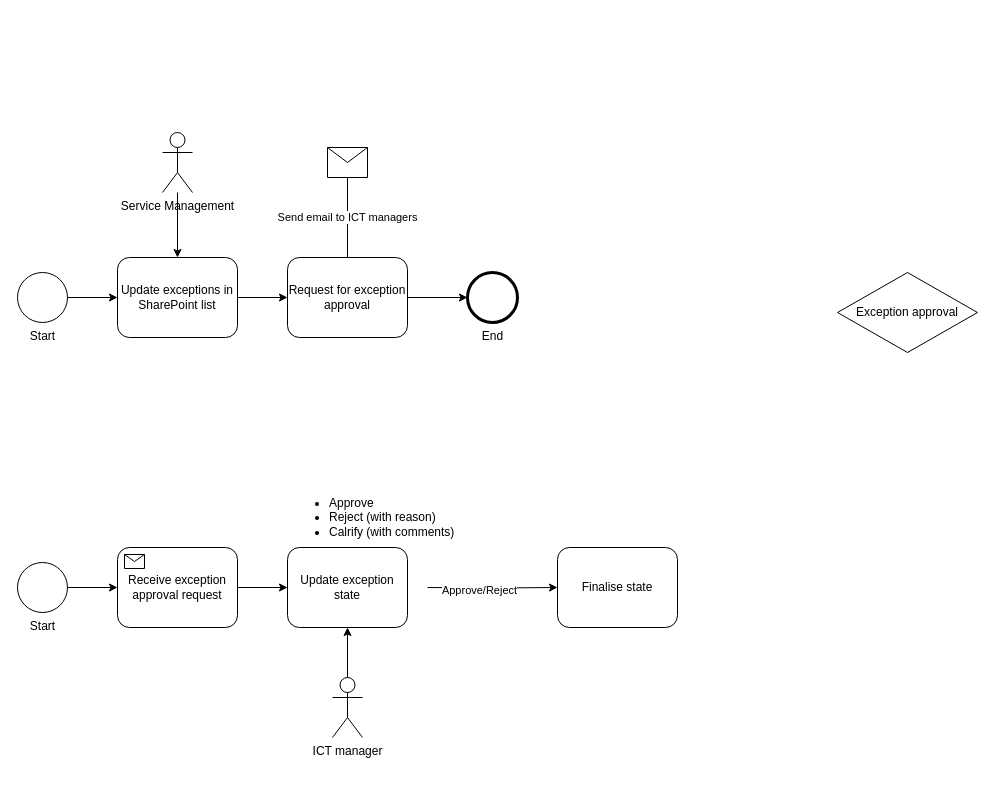
Above: Untitled Diagram.drawio in mayankmotani89/Exception-Approval-Workflow (draw.io), before the change. Source tidied: cells renumbered, new cells numbered last; positions are measured from the earlier drawing's top-left corner, leaving out a move shared by most shapes. Both pictures are drawn from the tidied source at 100%, with x=0, y=0 at pixel (17, 132).
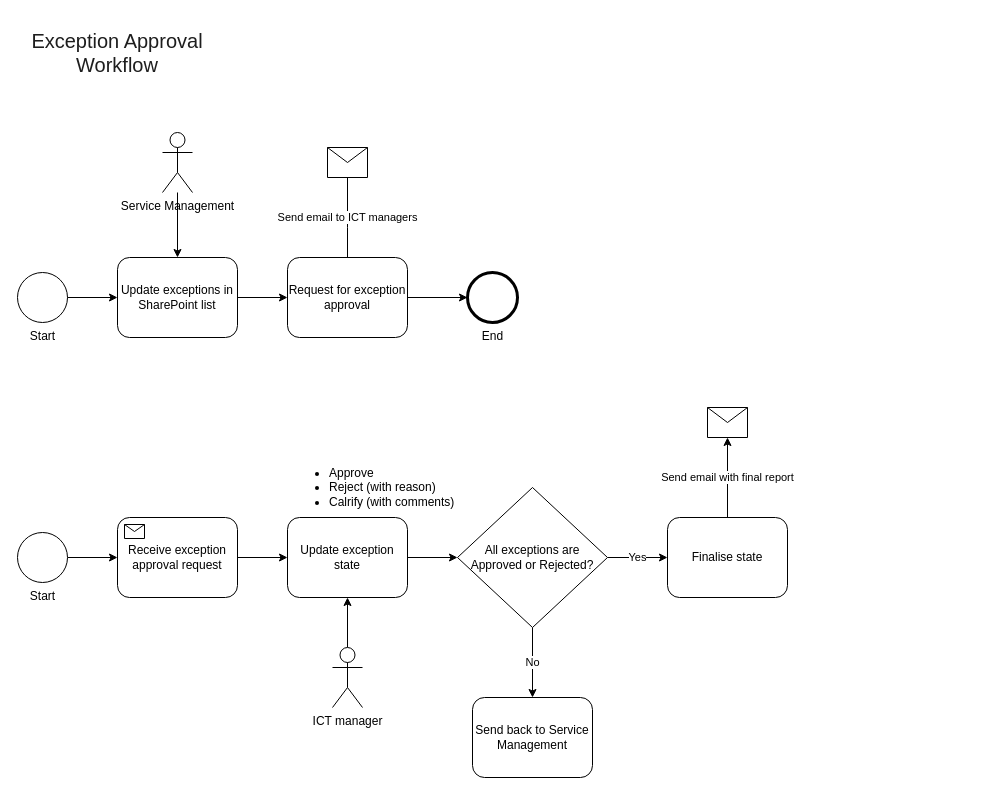
Above is the later version.

Change to the diagram source:
```diff
@@
     <mxCell id="14" value="Receive exception approval request" style="html=1;whiteSpace=wrap;rounded=1;" parent="1" vertex="1">
-      <mxGeometry x="100" y="415" width="120" height="80" as="geometry" />
+      <mxGeometry x="100" y="385" width="120" height="80" as="geometry" />
     </mxCell>
@@
     <mxCell id="17" value="Start" style="shape=mxgraph.bpmn.shape;html=1;verticalLabelPosition=bottom;labelBackgroundColor=#ffffff;verticalAlign=top;perimeter=ellipsePerimeter;outline=standard;symbol=general;" parent="1" vertex="1">
-      <mxGeometry y="430" width="50" height="50" as="geometry" />
+      <mxGeometry y="400" width="50" height="50" as="geometry" />
     </mxCell>
@@
     <mxCell id="19" value="ICT manager" style="shape=umlActor;verticalLabelPosition=bottom;verticalAlign=top;html=1;outlineConnect=0;" parent="1" vertex="1">
-      <mxGeometry x="315" y="545" width="30" height="60" as="geometry" />
+      <mxGeometry x="315" y="515" width="30" height="60" as="geometry" />
     </mxCell>
-    <mxCell id="20" style="edgeStyle=orthogonalEdgeStyle;rounded=0;jettySize=auto;html=1;" parent="1" edge="1" target="23">
-      <mxGeometry relative="1" as="geometry">
-        <mxPoint x="410" y="455" as="sourcePoint" />
-      </mxGeometry>
+    <mxCell id="20" style="edgeStyle=orthogonalEdgeStyle;rounded=0;jettySize=auto;html=1;exitX=1;exitY=0.5;exitDx=0;exitDy=0;entryX=0;entryY=0.5;entryDx=0;entryDy=0;" parent="1" edge="1" source="25" target="24">
+      <mxGeometry relative="1" as="geometry" />
     </mxCell>
-    <mxCell id="21" value="Approve/Reject" style="edgeLabel;html=1;align=center;verticalAlign=middle;" parent="20" vertex="1">
-      <mxGeometry x="-0.21" y="-2" relative="1" as="geometry" />
-    </mxCell>
     <mxCell id="22" value="&lt;ul&gt;&lt;li&gt;Approve&lt;/li&gt;&lt;li&gt;Reject (with reason)&lt;/li&gt;&lt;li&gt;Calrify (with comments)&lt;/li&gt;&lt;/ul&gt;" style="text;strokeColor=none;fillColor=none;html=1;whiteSpace=wrap;verticalAlign=middle;overflow=hidden;" parent="1" vertex="1">
-      <mxGeometry x="270" y="345" width="170" height="80" as="geometry" />
+      <mxGeometry x="270" y="315" width="170" height="80" as="geometry" />
     </mxCell>
-    <mxCell id="23" value="Finalise state" style="shape=ext;rounded=1;html=1;whiteSpace=wrap;" parent="1" vertex="1">
-      <mxGeometry x="540" y="415" width="120" height="80" as="geometry" />
-    </mxCell>
+    <mxCell id="26" value="Yes" style="edgeStyle=orthogonalEdgeStyle;rounded=0;jettySize=auto;html=1;" parent="1" edge="1" source="24" target="23">
+      <mxGeometry relative="1" as="geometry" />
+    </mxCell>
+    <mxCell id="27" value="No" style="edgeStyle=orthogonalEdgeStyle;rounded=0;jettySize=auto;html=1;" parent="1" edge="1" source="24" target="30">
+      <mxGeometry relative="1" as="geometry" />
+    </mxCell>
-    <mxCell id="24" value="Exception approval" style="rhombus;whiteSpace=wrap;html=1;" parent="1" vertex="1">
-      <mxGeometry x="820" y="140" width="140" height="80" as="geometry" />
+    <mxCell id="24" value="All exceptions are Approved or Rejected?" style="rhombus;whiteSpace=wrap;html=1;" parent="1" vertex="1">
+      <mxGeometry x="440" y="355" width="150" height="140" as="geometry" />
     </mxCell>
     <mxCell id="25" value="Update exception state" style="shape=ext;rounded=1;html=1;whiteSpace=wrap;" parent="1" vertex="1">
-      <mxGeometry x="270" y="415" width="120" height="80" as="geometry" />
+      <mxGeometry x="270" y="385" width="120" height="80" as="geometry" />
     </mxCell>
+    <mxCell id="28" value="Send email with final report" style="edgeStyle=orthogonalEdgeStyle;rounded=0;jettySize=auto;html=1;" parent="1" edge="1" source="23" target="29">
+      <mxGeometry relative="1" as="geometry" />
+    </mxCell>
+    <mxCell id="23" value="Finalise state" style="shape=ext;rounded=1;html=1;whiteSpace=wrap;" parent="1" vertex="1">
+      <mxGeometry x="650" y="385" width="120" height="80" as="geometry" />
+    </mxCell>
+    <mxCell id="29" style="shape=message;whiteSpace=wrap;html=1;" parent="1" vertex="1">
+      <mxGeometry x="690" y="275" width="40" height="30" as="geometry" />
+    </mxCell>
+    <mxCell id="30" value="Send back to Service Management" style="shape=ext;rounded=1;html=1;whiteSpace=wrap;" parent="1" vertex="1">
+      <mxGeometry x="455" y="565" width="120" height="80" as="geometry" />
+    </mxCell>
+    <mxCell id="31" value="&lt;font style=&quot;font-size: 20px&quot; color=&quot;#1e1e1e&quot;&gt;Exception Approval Workflow&lt;/font&gt;" style="text;html=1;strokeColor=none;fillColor=none;align=center;verticalAlign=middle;whiteSpace=wrap;rounded=0;" parent="1" vertex="1">
+      <mxGeometry y="-115" width="200" height="70" as="geometry" />
+    </mxCell>
```
